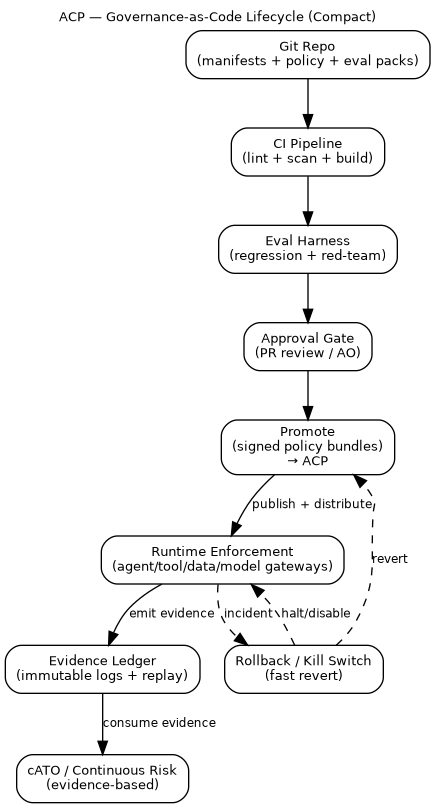
The Graphviz diagram papers/acp-ra/diagrams/acp_governance_lifecycle_compact.png in anboas/Whitepaper, before a commit. Its source is kept beside it as papers/acp-ra/diagrams-src/acp_governance_lifecycle_compact.dot. Source of this version:
```dot
digraph ACP_Lifecycle_TB {
	graph [fontname=Helvetica fontsize=10 label="ACP — Governance-as-Code Lifecycle (Compact)" labelloc=t rankdir=TB]
	node [fontname=Helvetica fontsize=10 shape=box style=rounded]
	edge [fontname=Helvetica fontsize=9]
	REPO [label="Git Repo
(manifests + policy + eval packs)"]
	CI [label="CI Pipeline
(lint + scan + build)"]
	EVAL [label="Eval Harness
(regression + red-team)"]
	APP [label="Approval Gate
(PR review / AO)"]
	PROM [label="Promote
(signed policy bundles)
→ ACP"]
	RUN [label="Runtime Enforcement
(agent/tool/data/model gateways)"]
	LED [label="Evidence Ledger
(immutable logs + replay)"]
	CATO [label="cATO / Continuous Risk
(evidence-based)"]
	RB [label="Rollback / Kill Switch
(fast revert)"]
	REPO -> CI
	CI -> EVAL
	EVAL -> APP
	APP -> PROM
	PROM -> RUN [label="publish + distribute"]
	RUN -> LED [label="emit evidence"]
	LED -> CATO [label="consume evidence"]
	RUN -> RB [label=incident style=dashed]
	RB -> RUN [label="halt/disable" style=dashed]
	RB -> PROM [label=revert style=dashed]
}
```
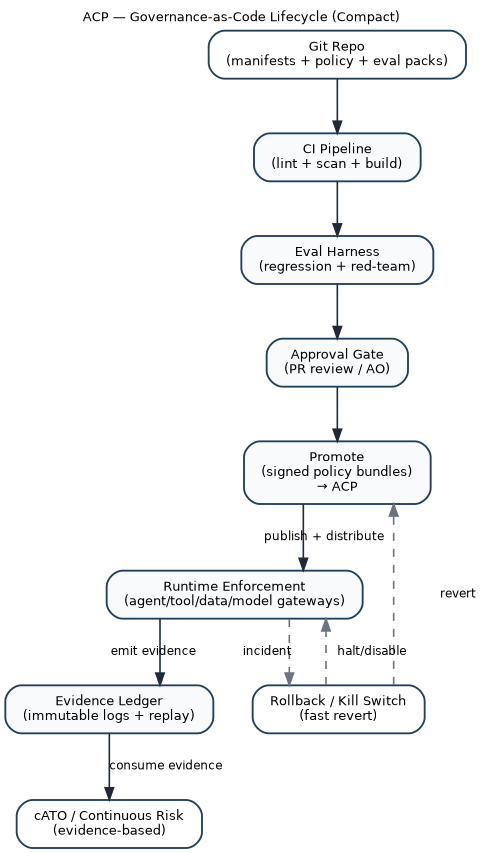
Above is the later version.

Diff of the diagram source:
```diff
@@ -1,26 +1,39 @@
 digraph ACP_Lifecycle_TB {
-	graph [fontname=Helvetica fontsize=10 label="ACP — Governance-as-Code Lifecycle (Compact)" labelloc=t rankdir=TB]
-	node [fontname=Helvetica fontsize=10 shape=box style=rounded]
-	edge [fontname=Helvetica fontsize=9]
-	REPO [label="Git Repo
-(manifests + policy + eval packs)"]
-	CI [label="CI Pipeline
-(lint + scan + build)"]
-	EVAL [label="Eval Harness
-(regression + red-team)"]
-	APP [label="Approval Gate
-(PR review / AO)"]
-	PROM [label="Promote
-(signed policy bundles)
-→ ACP"]
-	RUN [label="Runtime Enforcement
-(agent/tool/data/model gateways)"]
-	LED [label="Evidence Ledger
-(immutable logs + replay)"]
-	CATO [label="cATO / Continuous Risk
-(evidence-based)"]
-	RB [label="Rollback / Kill Switch
-(fast revert)"]
+	graph [
+		fontname=Helvetica fontsize=10
+		label="ACP — Governance-as-Code Lifecycle (Compact)" labelloc=t
+		rankdir=TB
+		bgcolor="white"
+		splines=ortho
+		nodesep=0.40
+		ranksep=0.55
+	]
+	node [
+		fontname=Helvetica fontsize=10
+		shape=box
+		style="rounded,filled"
+		fillcolor="#F8FAFC"
+		color="#204060"
+		penwidth=1.4
+		margin="0.18,0.10"
+	]
+	edge [
+		fontname=Helvetica fontsize=9
+		color="#1F2937"
+		penwidth=1.2
+		arrowsize=0.9
+	]
+
+	REPO [label="Git Repo\n(manifests + policy + eval packs)" fillcolor="#FFFFFF"]
+	CI [label="CI Pipeline\n(lint + scan + build)"]
+	EVAL [label="Eval Harness\n(regression + red-team)"]
+	APP [label="Approval Gate\n(PR review / AO)"]
+	PROM [label="Promote\n(signed policy bundles)\n→ ACP"]
+	RUN [label="Runtime Enforcement\n(agent/tool/data/model gateways)"]
+	LED [label="Evidence Ledger\n(immutable logs + replay)"]
+	CATO [label="cATO / Continuous Risk\n(evidence-based)" fillcolor="#FFFFFF"]
+	RB [label="Rollback / Kill Switch\n(fast revert)" fillcolor="#FFFFFF"]
+
 	REPO -> CI
 	CI -> EVAL
 	EVAL -> APP
@@ -28,7 +41,7 @@
 	PROM -> RUN [label="publish + distribute"]
 	RUN -> LED [label="emit evidence"]
 	LED -> CATO [label="consume evidence"]
-	RUN -> RB [label=incident style=dashed]
-	RB -> RUN [label="halt/disable" style=dashed]
-	RB -> PROM [label=revert style=dashed]
+	RUN -> RB [label=incident style=dashed color="#6B7280"]
+	RB -> RUN [label="halt/disable" style=dashed color="#6B7280"]
+	RB -> PROM [label=revert style=dashed color="#6B7280"]
 }
```
